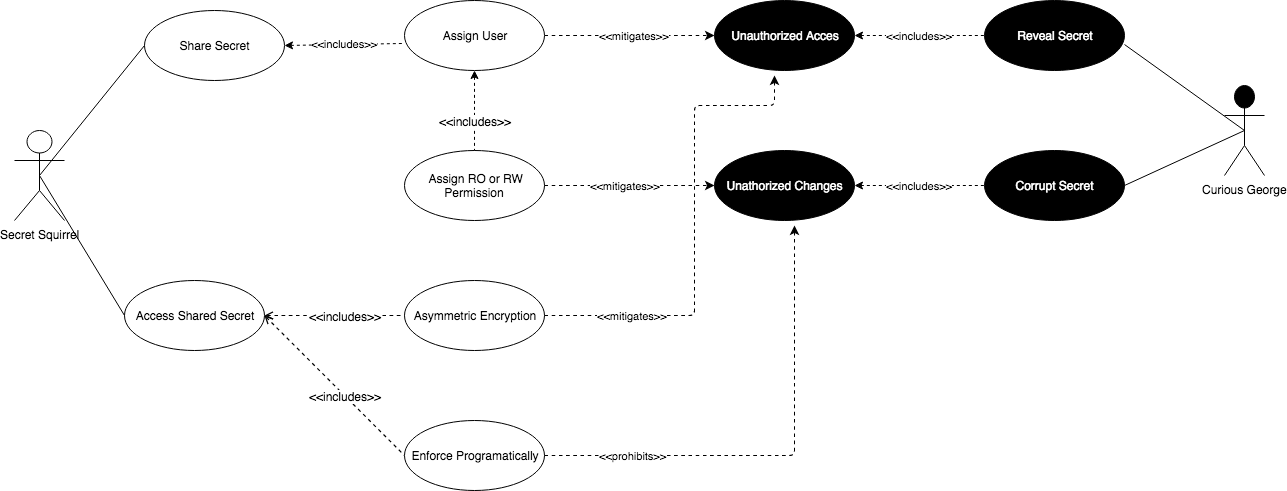
Above: Images/Use Cases-Sharing.png in sdfrench/CYBR8420-GotRoot (draw.io), before the change. Source tidied: cells renumbered, new cells last; positions are measured from the earlier drawing's top-left corner, leaving out a move shared by most shapes.
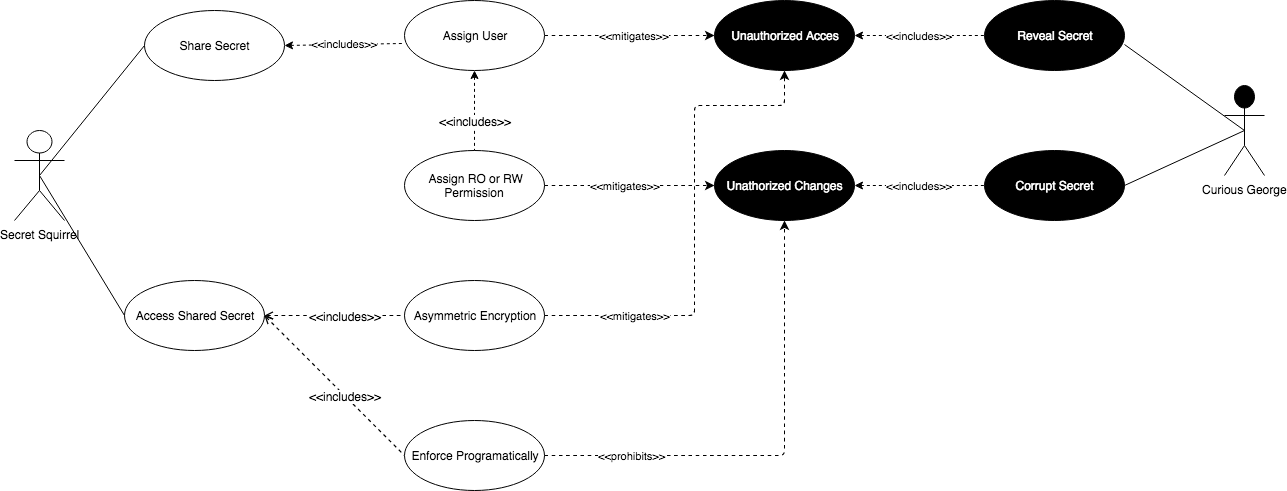
The same file after the commit.

Change to the diagram source:
```diff
@@ -73,21 +73,19 @@
     <mxCell id="24" value="&amp;lt;&amp;lt;mitigates&amp;gt;&amp;gt;" style="html=1;jettySize=18;fontSize=11;strokeOpacity=100;dashed=1;strokeWidth=1.2;rounded=1;arcSize=10;startArrow=none;endArrow=classic;exitX=1;exitY=0.5;exitDx=0;exitDy=0;endFill=1;startFill=0;entryX=0;entryY=0.5;entryDx=0;entryDy=0;" parent="1" edge="1" source="12" target="17">
       <mxGeometry x="-0.05" relative="1" as="geometry" />
     </mxCell>
-    <mxCell id="25" value="&amp;lt;&amp;lt;mitigates&amp;gt;&amp;gt;" style="html=1;jettySize=18;fontSize=11;strokeOpacity=100;dashed=1;strokeWidth=1.2;rounded=1;arcSize=10;startArrow=none;endArrow=classic;endFill=1;startFill=0;exitX=1;exitY=0.5;exitDx=0;exitDy=0;edgeStyle=orthogonalEdgeStyle;" parent="1" edge="1" source="13">
+    <mxCell id="25" value="&amp;lt;&amp;lt;mitigates&amp;gt;&amp;gt;" style="html=1;jettySize=18;fontSize=11;strokeOpacity=100;dashed=1;strokeWidth=1.2;rounded=1;arcSize=10;startArrow=none;endArrow=classic;endFill=1;startFill=0;exitX=1;exitY=0.5;exitDx=0;exitDy=0;edgeStyle=orthogonalEdgeStyle;entryX=0.5;entryY=1;entryDx=0;entryDy=0;" parent="1" edge="1" source="13" target="15">
       <mxGeometry x="-0.62" relative="1" as="geometry">
-        <mxPoint x="760" y="75" as="targetPoint" />
         <Array as="points">
           <mxPoint x="680" y="315" />
           <mxPoint x="680" y="105" />
-          <mxPoint x="760" y="105" />
+          <mxPoint x="770" y="105" />
         </Array>
       </mxGeometry>
     </mxCell>
-    <mxCell id="26" value="&amp;lt;&amp;lt;prohibits&amp;gt;&amp;gt;" style="html=1;jettySize=18;fontSize=11;strokeOpacity=100;dashed=1;strokeWidth=1.2;rounded=1;arcSize=10;startArrow=none;endArrow=classic;endFill=1;startFill=0;exitX=1;exitY=0.5;exitDx=0;exitDy=0;edgeStyle=orthogonalEdgeStyle;" parent="1" edge="1" source="14">
+    <mxCell id="26" value="&amp;lt;&amp;lt;prohibits&amp;gt;&amp;gt;" style="html=1;jettySize=18;fontSize=11;strokeOpacity=100;dashed=1;strokeWidth=1.2;rounded=1;arcSize=10;startArrow=none;endArrow=classic;endFill=1;startFill=0;exitX=1;exitY=0.5;exitDx=0;exitDy=0;edgeStyle=orthogonalEdgeStyle;entryX=0.5;entryY=1;entryDx=0;entryDy=0;" parent="1" edge="1" source="14" target="17">
       <mxGeometry x="-0.63" relative="1" as="geometry">
-        <mxPoint x="780" y="225" as="targetPoint" />
         <Array as="points">
-          <mxPoint x="780" y="455" />
+          <mxPoint x="770" y="455" />
         </Array>
       </mxGeometry>
     </mxCell>
```
